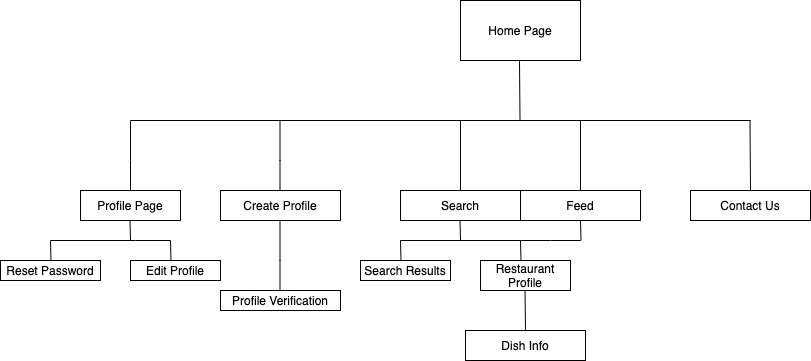
Before: ux-design/SiteMap.png, a diagram exported from draw.io (software-assignments-fall2021/user-experience-design-advanced-tech). Source tidied: cells renumbered, new cells last; positions are measured from the earlier drawing's top-left corner, leaving out a move shared by most shapes. The source it was exported from:
```xml
<mxGraphModel>
  <root>
    <mxCell id="0" />
    <mxCell id="1" parent="0" />
    <mxCell id="2" value="Home Page" style="rounded=0;whiteSpace=wrap;html=1;" parent="1" vertex="1">
      <mxGeometry x="460" width="120" height="60" as="geometry" />
    </mxCell>
    <mxCell id="3" style="endArrow=none;html=1;rounded=0;" parent="1" edge="1">
      <mxGeometry relative="1" as="geometry">
        <mxPoint x="580" y="210" as="sourcePoint" />
        <mxPoint x="580" y="120" as="targetPoint" />
      </mxGeometry>
    </mxCell>
    <mxCell id="4" style="endArrow=none;html=1;rounded=0;" parent="1" edge="1">
      <mxGeometry relative="1" as="geometry">
        <mxPoint x="130" y="120" as="sourcePoint" />
        <mxPoint x="750" y="120" as="targetPoint" />
      </mxGeometry>
    </mxCell>
    <mxCell id="5" style="endArrow=none;html=1;rounded=0;" parent="1" edge="1">
      <mxGeometry relative="1" as="geometry">
        <mxPoint x="130" y="190" as="sourcePoint" />
        <mxPoint x="130" y="120" as="targetPoint" />
        <Array as="points">
          <mxPoint x="130" y="160" />
        </Array>
      </mxGeometry>
    </mxCell>
    <mxCell id="6" value="Profile Page" style="rounded=0;whiteSpace=wrap;html=1;" parent="1" vertex="1">
      <mxGeometry x="80" y="190" width="100" height="30" as="geometry" />
    </mxCell>
    <mxCell id="7" style="endArrow=none;html=1;rounded=0;" parent="1" edge="1">
      <mxGeometry relative="1" as="geometry">
        <mxPoint x="130" y="240" as="sourcePoint" />
        <mxPoint x="129.5" y="220" as="targetPoint" />
        <Array as="points">
          <mxPoint x="129.5" y="240" />
        </Array>
      </mxGeometry>
    </mxCell>
    <mxCell id="8" value="Reset Password" style="rounded=0;whiteSpace=wrap;html=1;" parent="1" vertex="1">
      <mxGeometry y="260" width="100" height="20" as="geometry" />
    </mxCell>
    <mxCell id="9" style="endArrow=none;html=1;rounded=0;" parent="1" edge="1">
      <mxGeometry relative="1" as="geometry">
        <mxPoint x="279.5" y="190" as="sourcePoint" />
        <mxPoint x="279.5" y="120" as="targetPoint" />
        <Array as="points">
          <mxPoint x="279.5" y="160" />
        </Array>
      </mxGeometry>
    </mxCell>
    <mxCell id="10" value="Create Profile" style="rounded=0;whiteSpace=wrap;html=1;" parent="1" vertex="1">
      <mxGeometry x="220" y="190" width="120" height="30" as="geometry" />
    </mxCell>
    <mxCell id="11" style="endArrow=none;html=1;rounded=0;" parent="1" edge="1">
      <mxGeometry relative="1" as="geometry">
        <mxPoint x="279.5" y="290" as="sourcePoint" />
        <mxPoint x="279.5" y="220" as="targetPoint" />
        <Array as="points">
          <mxPoint x="279.5" y="260" />
        </Array>
      </mxGeometry>
    </mxCell>
    <mxCell id="12" value="Profile Verification" style="rounded=0;whiteSpace=wrap;html=1;" parent="1" vertex="1">
      <mxGeometry x="220" y="290" width="120" height="20" as="geometry" />
    </mxCell>
    <mxCell id="13" style="endArrow=none;html=1;rounded=0;" parent="1" edge="1">
      <mxGeometry relative="1" as="geometry">
        <mxPoint x="50" y="240" as="sourcePoint" />
        <mxPoint x="170" y="240" as="targetPoint" />
        <Array as="points">
          <mxPoint x="135" y="240" />
        </Array>
      </mxGeometry>
    </mxCell>
    <mxCell id="14" style="endArrow=none;html=1;rounded=0;" parent="1" edge="1">
      <mxGeometry relative="1" as="geometry">
        <mxPoint x="50.5" y="260" as="sourcePoint" />
        <mxPoint x="50" y="240" as="targetPoint" />
        <Array as="points">
          <mxPoint x="50" y="260" />
        </Array>
      </mxGeometry>
    </mxCell>
    <mxCell id="15" style="endArrow=none;html=1;rounded=0;" parent="1" edge="1">
      <mxGeometry relative="1" as="geometry">
        <mxPoint x="170.5" y="260" as="sourcePoint" />
        <mxPoint x="170" y="240" as="targetPoint" />
        <Array as="points">
          <mxPoint x="170" y="260" />
        </Array>
      </mxGeometry>
    </mxCell>
    <mxCell id="16" value="Edit Profile" style="rounded=0;whiteSpace=wrap;html=1;" parent="1" vertex="1">
      <mxGeometry x="130" y="260" width="90" height="20" as="geometry" />
    </mxCell>
    <mxCell id="17" style="endArrow=none;html=1;rounded=0;" parent="1" edge="1">
      <mxGeometry relative="1" as="geometry">
        <mxPoint x="460" y="190" as="sourcePoint" />
        <mxPoint x="460" y="120" as="targetPoint" />
      </mxGeometry>
    </mxCell>
    <mxCell id="18" value="Search" style="rounded=0;whiteSpace=wrap;html=1;" parent="1" vertex="1">
      <mxGeometry x="400" y="190" width="120" height="30" as="geometry" />
    </mxCell>
    <mxCell id="19" style="endArrow=none;html=1;rounded=0;" parent="1" edge="1">
      <mxGeometry relative="1" as="geometry">
        <mxPoint x="460" y="240" as="sourcePoint" />
        <mxPoint x="459.5" y="220" as="targetPoint" />
      </mxGeometry>
    </mxCell>
    <mxCell id="20" style="endArrow=none;html=1;rounded=0;" parent="1" edge="1">
      <mxGeometry relative="1" as="geometry">
        <mxPoint x="400" y="240" as="sourcePoint" />
        <mxPoint x="520" y="240" as="targetPoint" />
      </mxGeometry>
    </mxCell>
    <mxCell id="21" style="endArrow=none;html=1;rounded=0;" parent="1" edge="1">
      <mxGeometry relative="1" as="geometry">
        <mxPoint x="400.5" y="260" as="sourcePoint" />
        <mxPoint x="400" y="240" as="targetPoint" />
        <Array as="points">
          <mxPoint x="400" y="260" />
        </Array>
      </mxGeometry>
    </mxCell>
    <mxCell id="22" style="endArrow=none;html=1;rounded=0;" parent="1" edge="1">
      <mxGeometry relative="1" as="geometry">
        <mxPoint x="520.5" y="260" as="sourcePoint" />
        <mxPoint x="520" y="240" as="targetPoint" />
        <Array as="points">
          <mxPoint x="520" y="260" />
        </Array>
      </mxGeometry>
    </mxCell>
    <mxCell id="23" value="Search Results" style="rounded=0;whiteSpace=wrap;html=1;" parent="1" vertex="1">
      <mxGeometry x="360" y="260" width="90" height="20" as="geometry" />
    </mxCell>
    <mxCell id="24" value="Restaurant Profile" style="rounded=0;whiteSpace=wrap;html=1;" parent="1" vertex="1">
      <mxGeometry x="480" y="260" width="90" height="30" as="geometry" />
    </mxCell>
    <mxCell id="25" value="Feed" style="rounded=0;whiteSpace=wrap;html=1;" parent="1" vertex="1">
      <mxGeometry x="520" y="190" width="120" height="30" as="geometry" />
    </mxCell>
    <mxCell id="26" style="endArrow=none;html=1;rounded=0;" parent="1" edge="1">
      <mxGeometry relative="1" as="geometry">
        <mxPoint x="520" y="240" as="sourcePoint" />
        <mxPoint x="580" y="240" as="targetPoint" />
        <Array as="points">
          <mxPoint x="550" y="240" />
        </Array>
      </mxGeometry>
    </mxCell>
    <mxCell id="27" value="Contact Us" style="rounded=0;whiteSpace=wrap;html=1;" parent="1" vertex="1">
      <mxGeometry x="690" y="190" width="120" height="30" as="geometry" />
    </mxCell>
    <mxCell id="28" style="endArrow=none;html=1;rounded=0;" parent="1" edge="1">
      <mxGeometry relative="1" as="geometry">
        <mxPoint x="525" y="330" as="sourcePoint" />
        <mxPoint x="524.5" y="290" as="targetPoint" />
      </mxGeometry>
    </mxCell>
    <mxCell id="29" value="Dish Info" style="rounded=0;whiteSpace=wrap;html=1;" parent="1" vertex="1">
      <mxGeometry x="465" y="330" width="120" height="30" as="geometry" />
    </mxCell>
    <mxCell id="30" style="endArrow=none;html=1;rounded=0;" parent="1" edge="1">
      <mxGeometry relative="1" as="geometry">
        <mxPoint x="580.5" y="240" as="sourcePoint" />
        <mxPoint x="580" y="220" as="targetPoint" />
      </mxGeometry>
    </mxCell>
    <mxCell id="31" style="endArrow=none;html=1;rounded=0;" parent="1" edge="1">
      <mxGeometry relative="1" as="geometry">
        <mxPoint x="750" y="190" as="sourcePoint" />
        <mxPoint x="749.5" y="120" as="targetPoint" />
      </mxGeometry>
    </mxCell>
    <mxCell id="32" style="endArrow=none;html=1;rounded=0;" parent="1" edge="1">
      <mxGeometry relative="1" as="geometry">
        <mxPoint x="519.5" y="120" as="sourcePoint" />
        <mxPoint x="519" y="60" as="targetPoint" />
      </mxGeometry>
    </mxCell>
  </root>
</mxGraphModel>
```
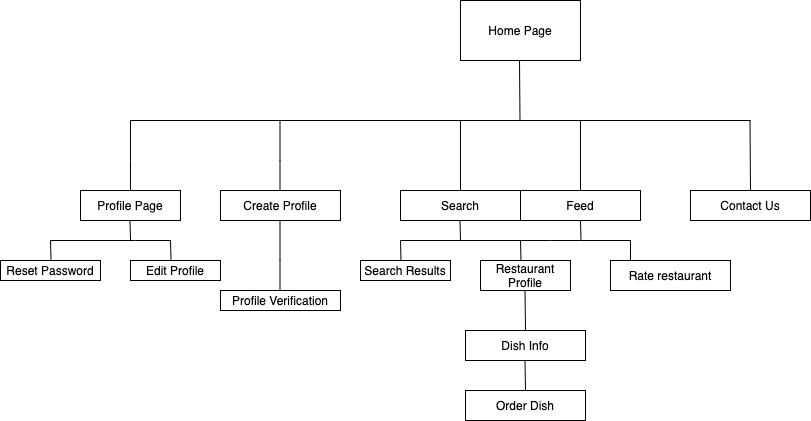
Above is the later version.

Diff of the diagram source:
```diff
@@ -182,5 +182,29 @@
         <mxPoint x="519" y="60" as="targetPoint" />
       </mxGeometry>
     </mxCell>
+    <mxCell id="33" value="Order Dish" style="rounded=0;whiteSpace=wrap;html=1;" parent="1" vertex="1">
+      <mxGeometry x="465" y="390" width="120" height="30" as="geometry" />
+    </mxCell>
+    <mxCell id="34" style="endArrow=none;html=1;rounded=0;" parent="1" edge="1">
+      <mxGeometry relative="1" as="geometry">
+        <mxPoint x="525" y="390" as="sourcePoint" />
+        <mxPoint x="524.5" y="360" as="targetPoint" />
+      </mxGeometry>
+    </mxCell>
+    <mxCell id="35" value="Rate restaurant" style="rounded=0;whiteSpace=wrap;html=1;" parent="1" vertex="1">
+      <mxGeometry x="610" y="260" width="120" height="30" as="geometry" />
+    </mxCell>
+    <mxCell id="36" style="endArrow=none;html=1;rounded=0;" parent="1" edge="1">
+      <mxGeometry relative="1" as="geometry">
+        <mxPoint x="580" y="240" as="sourcePoint" />
+        <mxPoint x="630" y="240" as="targetPoint" />
+      </mxGeometry>
+    </mxCell>
+    <mxCell id="37" style="endArrow=none;html=1;rounded=0;" parent="1" edge="1">
+      <mxGeometry relative="1" as="geometry">
+        <mxPoint x="630" y="260" as="sourcePoint" />
+        <mxPoint x="630" y="240" as="targetPoint" />
+      </mxGeometry>
+    </mxCell>
   </root>
 </mxGraphModel>
```
